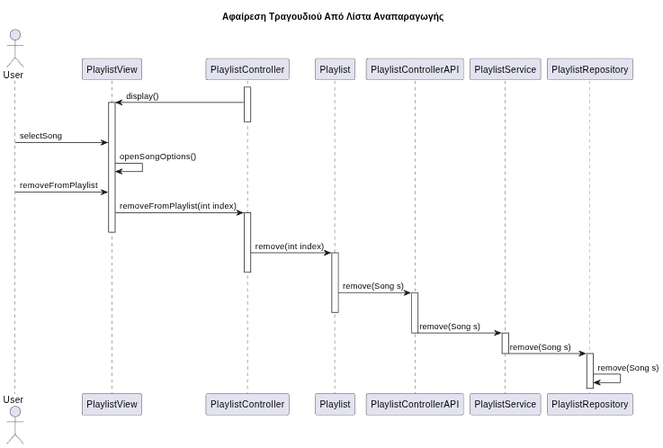
RubenKingCP/Tunix keeps this PlantUML diagram as Paradoteo_2/SequenceDiagrams/SequenceDiagram4.png. Above is the earlier version. Its source is kept beside it as Paradoteo_2/SequenceDiagrams/SequenceDiagram4.puml. Source of this version:
```plantuml
@startuml name

title Αφαίρεση Τραγουδιού Από Λίστα Αναπαραγωγής

actor User
participant PlaylistView
participant PlaylistController
participant Playlist
participant PlaylistControllerAPI
participant PlaylistService
participant PlaylistRepository

activate PlaylistController
PlaylistController -> PlaylistView : display()
activate PlaylistView
deactivate PlaylistController
User -> PlaylistView : selectSong
PlaylistView -> PlaylistView : openSongOptions()
User -> PlaylistView : removeFromPlaylist
PlaylistView -> PlaylistController : removeFromPlaylist(int index)
activate PlaylistController
deactivate PlaylistView
PlaylistController -> Playlist : remove(int index)
activate Playlist
deactivate PlaylistController
Playlist -> PlaylistControllerAPI : remove(Song s)
activate PlaylistControllerAPI
deactivate Playlist
PlaylistControllerAPI -> PlaylistService : remove(Song s)
deactivate PlaylistControllerAPI
activate PlaylistService
deactivate PlaylistControllerAPI
PlaylistService -> PlaylistRepository : remove(Song s)
deactivate PlaylistService
activate PlaylistRepository
PlaylistRepository -> PlaylistRepository : remove(Song s)
@enduml
```
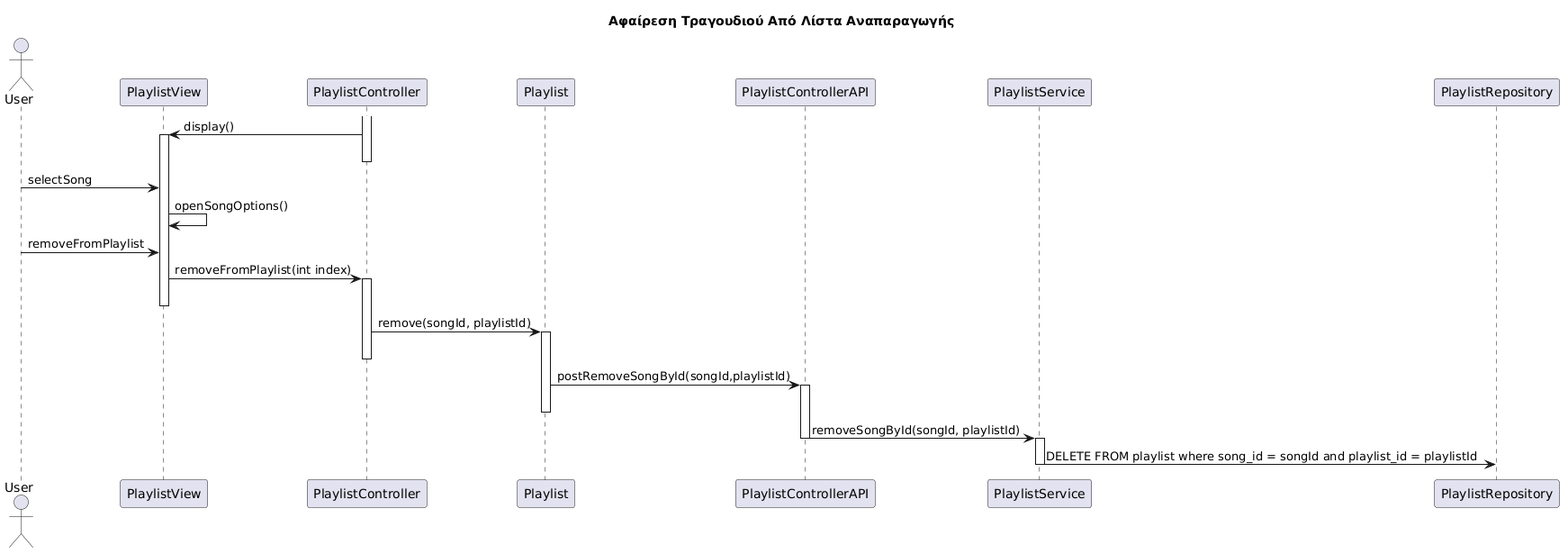
The same file after the commit.

Commit message:
Refactor 4th sequence diagram for improved method clarity

The edit, as a diff of the source:
```diff
@@ -20,18 +20,16 @@
 PlaylistView -> PlaylistController : removeFromPlaylist(int index)
 activate PlaylistController
 deactivate PlaylistView
-PlaylistController -> Playlist : remove(int index)
+PlaylistController -> Playlist : remove(songId, playlistId)
 activate Playlist
 deactivate PlaylistController
-Playlist -> PlaylistControllerAPI : remove(Song s)
+Playlist -> PlaylistControllerAPI : postRemoveSongById(songId,playlistId)
 activate PlaylistControllerAPI
 deactivate Playlist
-PlaylistControllerAPI -> PlaylistService : remove(Song s)
+PlaylistControllerAPI -> PlaylistService : removeSongById(songId, playlistId)
 deactivate PlaylistControllerAPI
 activate PlaylistService
 deactivate PlaylistControllerAPI
-PlaylistService -> PlaylistRepository : remove(Song s)
+PlaylistService -> PlaylistRepository : DELETE FROM playlist where song_id = songId and playlist_id = playlistId
 deactivate PlaylistService
-activate PlaylistRepository
-PlaylistRepository -> PlaylistRepository : remove(Song s)
 @enduml
```
